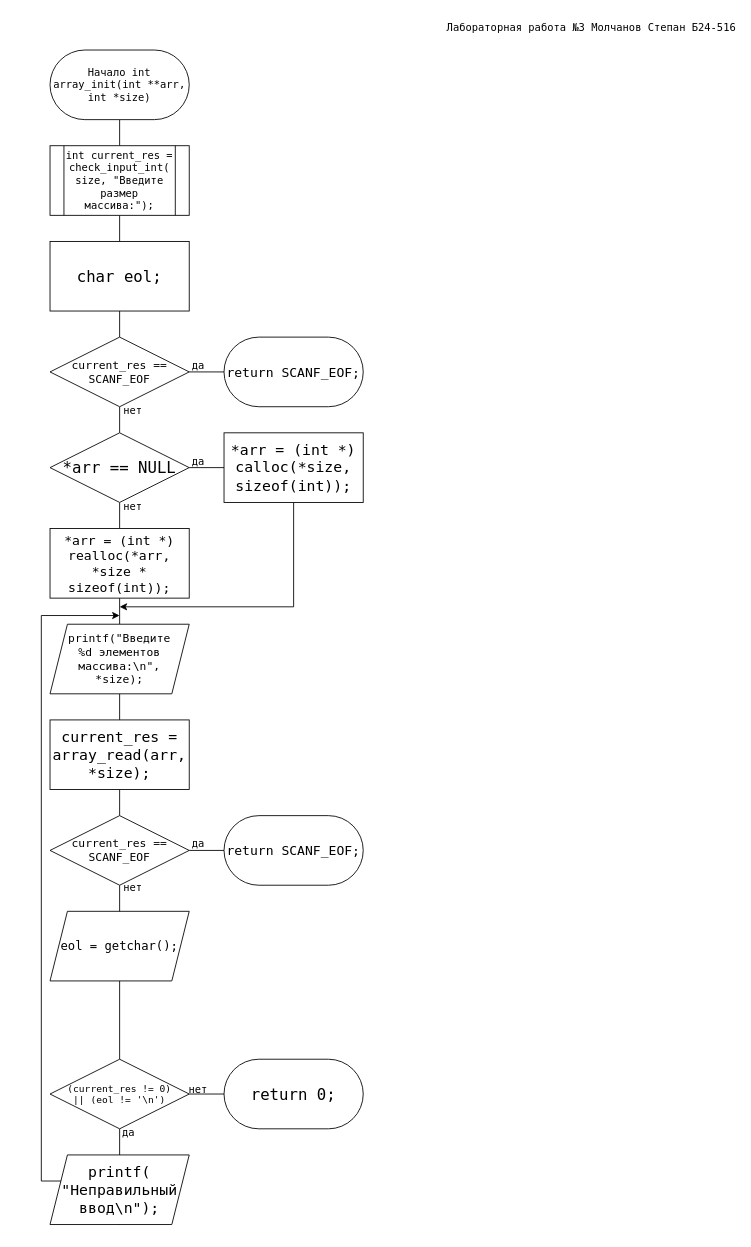
The draw.io diagram page "array_init" (2 of 6) of lab3.drawio in molchanov71/MEPhIflowcharts, before the edit. Source tidied: cells renumbered, new cells numbered last; positions are measured from the earlier drawing's top-left corner, leaving out a move shared by most shapes. Both pictures are drawn from the tidied source at 87%, with x=0, y=0 at pixel (41, 15).
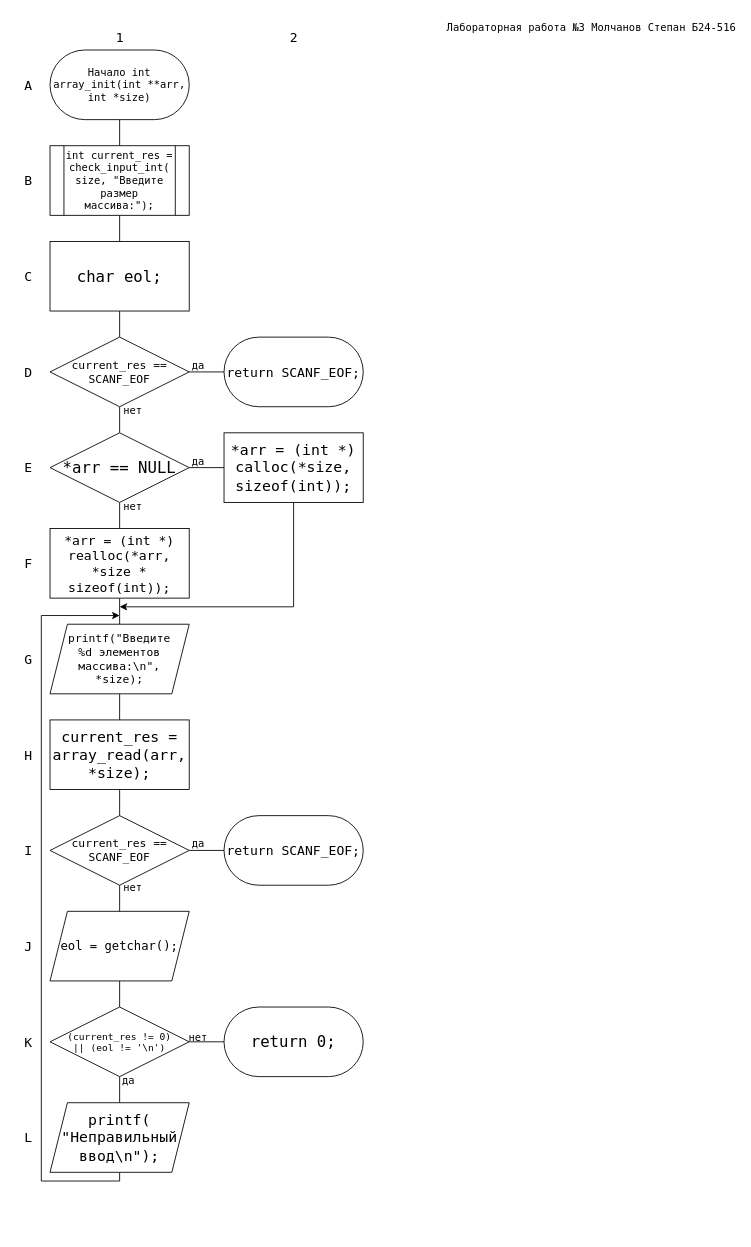
The same page after the edit.

Diff of the diagram source:
```diff
@@
     <mxCell id="31" value="&lt;p style=&quot;line-height: 100%;&quot;&gt;&lt;font style=&quot;font-size: 11px;&quot; face=&quot;Lucida Console&quot;&gt;(current_res != 0) &lt;br&gt;|| (eol != '\n')&lt;/font&gt;&lt;/p&gt;" style="rhombus;whiteSpace=wrap;html=1;" parent="1" vertex="1">
-      <mxGeometry x="10" y="1200" width="160" height="80" as="geometry" />
+      <mxGeometry x="10" y="1140" width="160" height="80" as="geometry" />
     </mxCell>
@@
     <mxCell id="33" value="&lt;font style=&quot;font-size: 17px;&quot; face=&quot;Lucida Console&quot;&gt;printf(&lt;br&gt;&quot;Неправильный ввод\n&quot;);&lt;/font&gt;" style="shape=parallelogram;perimeter=parallelogramPerimeter;whiteSpace=wrap;html=1;fixedSize=1;" parent="1" vertex="1">
-      <mxGeometry x="10" y="1310" width="160" height="80" as="geometry" />
+      <mxGeometry x="10" y="1250" width="160" height="80" as="geometry" />
     </mxCell>
     <mxCell id="34" value="&lt;font style=&quot;font-size: 18px;&quot; face=&quot;Lucida Console&quot;&gt;return 0;&lt;/font&gt;" style="rounded=1;whiteSpace=wrap;html=1;arcSize=50;" parent="1" vertex="1">
-      <mxGeometry x="210" y="1200" width="160" height="80" as="geometry" />
+      <mxGeometry x="210" y="1140" width="160" height="80" as="geometry" />
     </mxCell>
@@
     <mxCell id="41" value="&lt;font face=&quot;Lucida Console&quot;&gt;да&lt;/font&gt;" style="text;html=1;align=center;verticalAlign=middle;strokeColor=none;fillColor=none;" parent="1" vertex="1">
-      <mxGeometry x="80" y="1270" width="40" height="30" as="geometry" />
+      <mxGeometry x="80" y="1210" width="40" height="30" as="geometry" />
     </mxCell>
     <mxCell id="42" value="&lt;font face=&quot;Lucida Console&quot;&gt;нет&lt;/font&gt;" style="text;html=1;align=center;verticalAlign=middle;strokeColor=none;fillColor=none;" parent="1" vertex="1">
-      <mxGeometry x="155" y="1220" width="50" height="30" as="geometry" />
+      <mxGeometry x="155" y="1160" width="50" height="30" as="geometry" />
     </mxCell>
@@
+    <mxCell id="44" value="&lt;font style=&quot;font-size: 15px;&quot; face=&quot;Lucida Console&quot;&gt;1&lt;/font&gt;" style="text;html=1;align=center;verticalAlign=middle;strokeColor=none;fillColor=none;" parent="1" vertex="1">
+      <mxGeometry x="75" y="10" width="30" height="30" as="geometry" />
+    </mxCell>
+    <mxCell id="45" value="&lt;font style=&quot;font-size: 15px;&quot; face=&quot;Lucida Console&quot;&gt;2&lt;/font&gt;" style="text;html=1;align=center;verticalAlign=middle;strokeColor=none;fillColor=none;" parent="1" vertex="1">
+      <mxGeometry x="275" y="10" width="30" height="30" as="geometry" />
+    </mxCell>
+    <mxCell id="46" value="&lt;font face=&quot;Lucida Console&quot; style=&quot;font-size: 15px;&quot;&gt;A&lt;/font&gt;" style="text;html=1;align=center;verticalAlign=middle;strokeColor=none;fillColor=none;" parent="1" vertex="1">
+      <mxGeometry x="-30" y="65" width="30" height="30" as="geometry" />
+    </mxCell>
+    <mxCell id="47" value="&lt;font face=&quot;Lucida Console&quot; style=&quot;font-size: 15px;&quot;&gt;B&lt;/font&gt;" style="text;html=1;align=center;verticalAlign=middle;strokeColor=none;fillColor=none;" parent="1" vertex="1">
+      <mxGeometry x="-30" y="175" width="30" height="30" as="geometry" />
+    </mxCell>
+    <mxCell id="48" value="&lt;font face=&quot;Lucida Console&quot; style=&quot;font-size: 15px;&quot;&gt;C&lt;/font&gt;" style="text;html=1;align=center;verticalAlign=middle;strokeColor=none;fillColor=none;" parent="1" vertex="1">
+      <mxGeometry x="-30" y="285" width="30" height="30" as="geometry" />
+    </mxCell>
+    <mxCell id="49" value="&lt;font face=&quot;Lucida Console&quot; style=&quot;font-size: 15px;&quot;&gt;D&lt;/font&gt;" style="text;html=1;align=center;verticalAlign=middle;strokeColor=none;fillColor=none;" parent="1" vertex="1">
+      <mxGeometry x="-30" y="395" width="30" height="30" as="geometry" />
+    </mxCell>
+    <mxCell id="50" value="&lt;font face=&quot;Lucida Console&quot; style=&quot;font-size: 15px;&quot;&gt;E&lt;/font&gt;" style="text;html=1;align=center;verticalAlign=middle;strokeColor=none;fillColor=none;" parent="1" vertex="1">
+      <mxGeometry x="-30" y="505" width="30" height="30" as="geometry" />
+    </mxCell>
+    <mxCell id="51" value="&lt;font face=&quot;Lucida Console&quot; style=&quot;font-size: 15px;&quot;&gt;F&lt;/font&gt;" style="text;html=1;align=center;verticalAlign=middle;strokeColor=none;fillColor=none;" parent="1" vertex="1">
+      <mxGeometry x="-30" y="615" width="30" height="30" as="geometry" />
+    </mxCell>
+    <mxCell id="52" value="&lt;font face=&quot;Lucida Console&quot; style=&quot;font-size: 15px;&quot;&gt;G&lt;/font&gt;" style="text;html=1;align=center;verticalAlign=middle;strokeColor=none;fillColor=none;" parent="1" vertex="1">
+      <mxGeometry x="-30" y="725" width="30" height="30" as="geometry" />
+    </mxCell>
+    <mxCell id="53" value="&lt;font face=&quot;Lucida Console&quot; style=&quot;font-size: 15px;&quot;&gt;H&lt;/font&gt;" style="text;html=1;align=center;verticalAlign=middle;strokeColor=none;fillColor=none;" parent="1" vertex="1">
+      <mxGeometry x="-30" y="835" width="30" height="30" as="geometry" />
+    </mxCell>
+    <mxCell id="54" value="&lt;font face=&quot;Lucida Console&quot; style=&quot;font-size: 15px;&quot;&gt;I&lt;/font&gt;" style="text;html=1;align=center;verticalAlign=middle;strokeColor=none;fillColor=none;" parent="1" vertex="1">
+      <mxGeometry x="-30" y="945" width="30" height="30" as="geometry" />
+    </mxCell>
+    <mxCell id="55" value="&lt;font face=&quot;Lucida Console&quot; style=&quot;font-size: 15px;&quot;&gt;J&lt;/font&gt;" style="text;html=1;align=center;verticalAlign=middle;strokeColor=none;fillColor=none;" parent="1" vertex="1">
+      <mxGeometry x="-30" y="1055" width="30" height="30" as="geometry" />
+    </mxCell>
+    <mxCell id="56" value="&lt;font face=&quot;Lucida Console&quot; style=&quot;font-size: 15px;&quot;&gt;K&lt;/font&gt;" style="text;html=1;align=center;verticalAlign=middle;strokeColor=none;fillColor=none;" parent="1" vertex="1">
+      <mxGeometry x="-30" y="1165" width="30" height="30" as="geometry" />
+    </mxCell>
+    <mxCell id="57" value="&lt;font face=&quot;Lucida Console&quot; style=&quot;font-size: 15px;&quot;&gt;L&lt;/font&gt;" style="text;html=1;align=center;verticalAlign=middle;strokeColor=none;fillColor=none;" parent="1" vertex="1">
+      <mxGeometry x="-30" y="1275" width="30" height="30" as="geometry" />
+    </mxCell>
```
